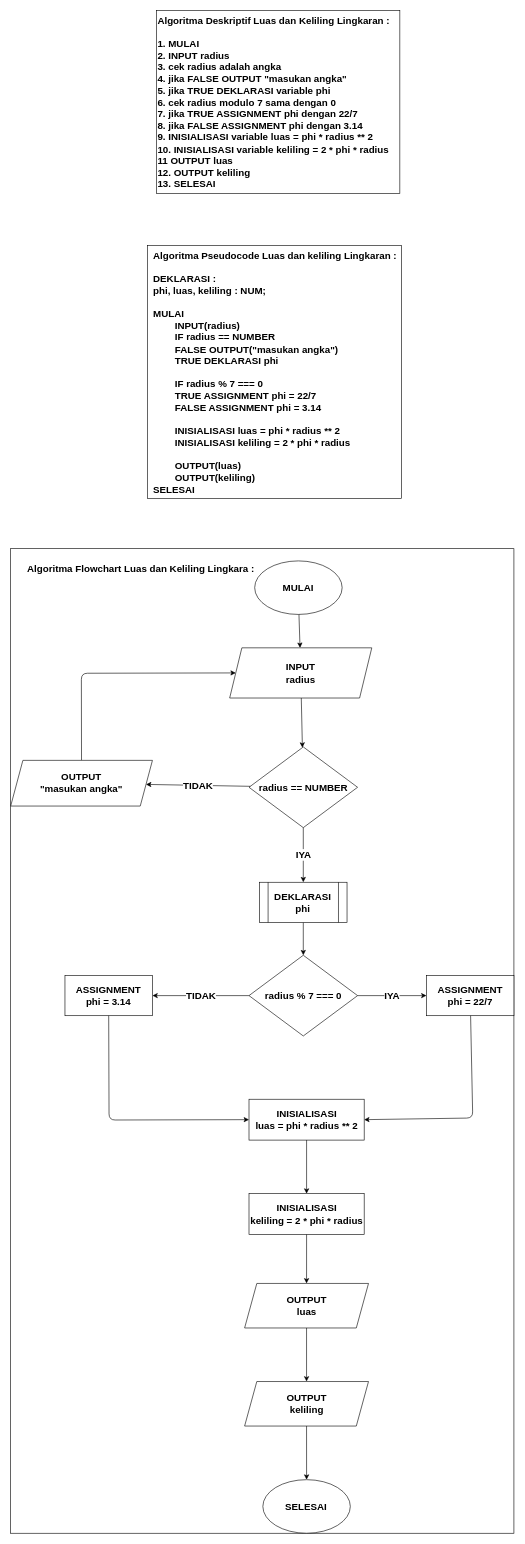
This is 3.lingkaran.drawio from xel26/fwg17-computer-science, a draw.io file, before an edit. Source tidied: cells renumbered, new cells numbered last; positions are measured from the earlier drawing's top-left corner, leaving out a move shared by most shapes. Both pictures are drawn from the tidied source at 61%, with x=0, y=0 at pixel (10, 10).
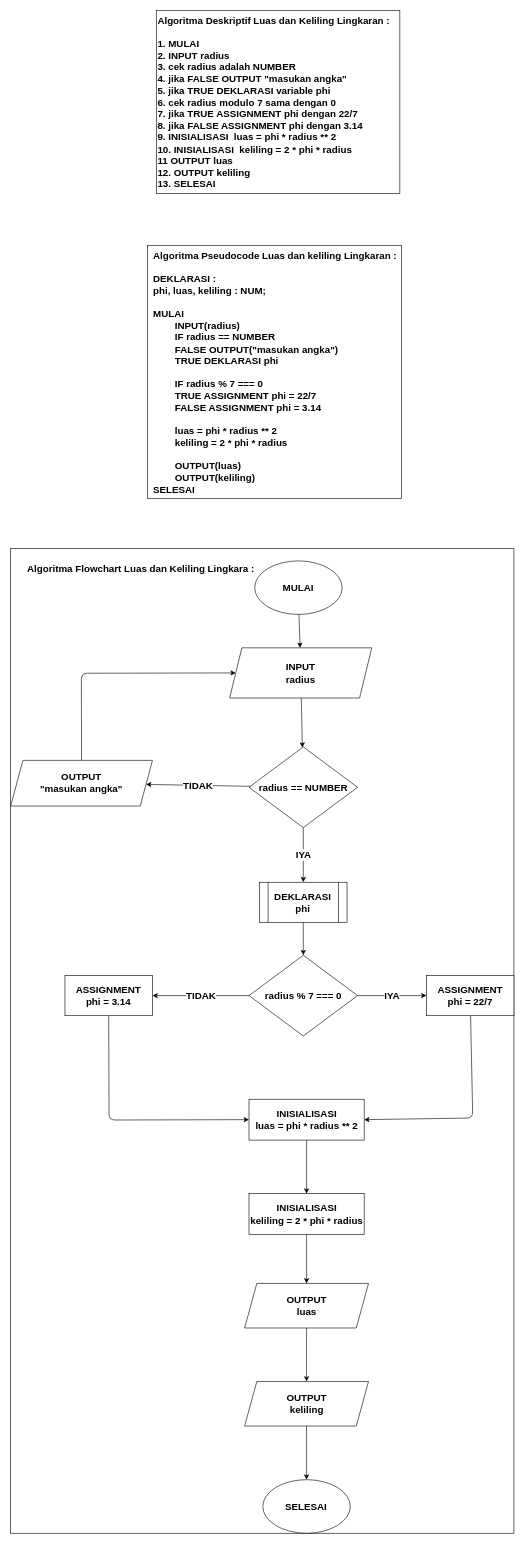
After the change.

The edit, as a diff of the source:
```diff
@@
-    <mxCell id="31" value="Algoritma Deskriptif Luas dan Keliling Lingkaran :&lt;br&gt;&lt;br&gt;1. MULAI&lt;br&gt;2. INPUT radius&lt;br&gt;3. cek radius adalah angka&lt;br&gt;4. jika FALSE OUTPUT &quot;masukan angka&quot;&lt;br&gt;5. jika TRUE DEKLARASI variable phi&lt;br&gt;6. cek radius modulo 7 sama dengan 0&lt;br&gt;7. jika TRUE ASSIGNMENT phi dengan 22/7&lt;br&gt;8. jika FALSE ASSIGNMENT phi dengan 3.14&lt;br&gt;9. INISIALISASI variable luas = phi * radius ** 2&lt;br&gt;10. INISIALISASI variable keliling = 2 * phi * radius&lt;br&gt;11 OUTPUT luas&lt;br&gt;12. OUTPUT keliling&lt;br&gt;13. SELESAI" style="text;html=1;align=left;verticalAlign=middle;strokeColor=default;fillColor=none;fontSize=16;fontStyle=1;" parent="1" vertex="1">
+    <mxCell id="31" value="Algoritma Deskriptif Luas dan Keliling Lingkaran :&lt;br&gt;&lt;br&gt;1. MULAI&lt;br&gt;2. INPUT radius&lt;br&gt;3. cek radius adalah NUMBER&lt;br&gt;4. jika FALSE OUTPUT &quot;masukan angka&quot;&lt;br&gt;5. jika TRUE DEKLARASI variable phi&lt;br&gt;6. cek radius modulo 7 sama dengan 0&lt;br&gt;7. jika TRUE ASSIGNMENT phi dengan 22/7&lt;br&gt;8. jika FALSE ASSIGNMENT phi dengan 3.14&lt;br&gt;9. INISIALISASI&amp;nbsp; luas = phi * radius ** 2&lt;br&gt;10. INISIALISASI&amp;nbsp; keliling = 2 * phi * radius&lt;br&gt;11 OUTPUT luas&lt;br&gt;12. OUTPUT keliling&lt;br&gt;13. SELESAI" style="text;html=1;align=left;verticalAlign=middle;strokeColor=default;fillColor=none;fontSize=16;fontStyle=1;" parent="1" vertex="1">
       <mxGeometry x="239" width="399" height="300" as="geometry" />
     </mxCell>
-    <mxCell id="32" value="Algoritma Pseudocode Luas dan keliling Lingkaran :&lt;br&gt;&lt;br&gt;&lt;div style=&quot;text-align: left;&quot;&gt;DEKLARASI :&lt;/div&gt;&lt;div style=&quot;text-align: left;&quot;&gt;phi, luas, keliling : NUM;&lt;/div&gt;&lt;div style=&quot;text-align: left;&quot;&gt;&lt;br&gt;&lt;/div&gt;&lt;div style=&quot;text-align: left;&quot;&gt;MULAI&lt;/div&gt;&lt;div style=&quot;text-align: left;&quot;&gt;&lt;span style=&quot;white-space: pre;&quot;&gt;&#9;&lt;/span&gt;INPUT(radius)&lt;br&gt;&lt;/div&gt;&lt;div style=&quot;text-align: left;&quot;&gt;&lt;span style=&quot;white-space: pre;&quot;&gt;&#9;&lt;/span&gt;IF radius == NUMBER&lt;br&gt;&lt;/div&gt;&lt;div style=&quot;text-align: left;&quot;&gt;&lt;span style=&quot;white-space: pre;&quot;&gt;&#9;&lt;/span&gt;FALSE OUTPUT(&quot;masukan angka&quot;)&lt;br&gt;&lt;/div&gt;&lt;div style=&quot;text-align: left;&quot;&gt;&lt;span style=&quot;white-space: pre;&quot;&gt;&#9;&lt;/span&gt;TRUE DEKLARASI phi&lt;br&gt;&lt;/div&gt;&lt;div style=&quot;text-align: left;&quot;&gt;&lt;span style=&quot;white-space: pre;&quot;&gt;&#9;&lt;/span&gt;&lt;br&gt;&lt;/div&gt;&lt;div style=&quot;text-align: left;&quot;&gt;&lt;span style=&quot;white-space: pre;&quot;&gt;&#9;&lt;/span&gt;IF radius % 7 === 0&lt;br&gt;&lt;/div&gt;&lt;div style=&quot;text-align: left;&quot;&gt;&lt;span style=&quot;white-space: pre;&quot;&gt;&#9;&lt;/span&gt;TRUE ASSIGNMENT phi = 22/7&lt;br&gt;&lt;/div&gt;&lt;div style=&quot;text-align: left;&quot;&gt;&lt;span style=&quot;white-space: pre;&quot;&gt;&#9;&lt;/span&gt;FALSE ASSIGNMENT phi = 3.14&lt;br&gt;&lt;/div&gt;&lt;div style=&quot;text-align: left;&quot;&gt;&lt;br&gt;&lt;/div&gt;&lt;div style=&quot;text-align: left;&quot;&gt;&lt;span style=&quot;white-space: pre;&quot;&gt;&#9;&lt;/span&gt;INISIALISASI luas = phi * radius ** 2&lt;br&gt;&lt;/div&gt;&lt;div style=&quot;text-align: left;&quot;&gt;&lt;span style=&quot;white-space: pre;&quot;&gt;&#9;&lt;/span&gt;INISIALISASI keliling = 2 * phi * radius&lt;br&gt;&lt;/div&gt;&lt;div style=&quot;text-align: left;&quot;&gt;&lt;br&gt;&lt;/div&gt;&lt;div style=&quot;text-align: left;&quot;&gt;&lt;span style=&quot;white-space: pre;&quot;&gt;&#9;&lt;/span&gt;OUTPUT(luas)&lt;br&gt;&lt;/div&gt;&lt;div style=&quot;text-align: left;&quot;&gt;&lt;span style=&quot;white-space: pre;&quot;&gt;&#9;&lt;/span&gt;OUTPUT(keliling)&lt;/div&gt;&lt;div style=&quot;text-align: left;&quot;&gt;SELESAI&lt;/div&gt;" style="text;html=1;align=center;verticalAlign=middle;strokeColor=default;fillColor=none;fontSize=16;fontStyle=1;" parent="1" vertex="1">
+    <mxCell id="32" value="Algoritma Pseudocode Luas dan keliling Lingkaran :&lt;br&gt;&lt;br&gt;&lt;div style=&quot;text-align: left;&quot;&gt;DEKLARASI :&lt;/div&gt;&lt;div style=&quot;text-align: left;&quot;&gt;phi, luas, keliling : NUM;&lt;/div&gt;&lt;div style=&quot;text-align: left;&quot;&gt;&lt;br&gt;&lt;/div&gt;&lt;div style=&quot;text-align: left;&quot;&gt;MULAI&lt;/div&gt;&lt;div style=&quot;text-align: left;&quot;&gt;&lt;span style=&quot;white-space: pre;&quot;&gt;&#9;&lt;/span&gt;INPUT(radius)&lt;br&gt;&lt;/div&gt;&lt;div style=&quot;text-align: left;&quot;&gt;&lt;span style=&quot;white-space: pre;&quot;&gt;&#9;&lt;/span&gt;IF radius == NUMBER&lt;br&gt;&lt;/div&gt;&lt;div style=&quot;text-align: left;&quot;&gt;&lt;span style=&quot;white-space: pre;&quot;&gt;&#9;&lt;/span&gt;FALSE OUTPUT(&quot;masukan angka&quot;)&lt;br&gt;&lt;/div&gt;&lt;div style=&quot;text-align: left;&quot;&gt;&lt;span style=&quot;white-space: pre;&quot;&gt;&#9;&lt;/span&gt;TRUE DEKLARASI phi&lt;br&gt;&lt;/div&gt;&lt;div style=&quot;text-align: left;&quot;&gt;&lt;span style=&quot;white-space: pre;&quot;&gt;&#9;&lt;/span&gt;&lt;br&gt;&lt;/div&gt;&lt;div style=&quot;text-align: left;&quot;&gt;&lt;span style=&quot;white-space: pre;&quot;&gt;&#9;&lt;/span&gt;IF radius % 7 === 0&lt;br&gt;&lt;/div&gt;&lt;div style=&quot;text-align: left;&quot;&gt;&lt;span style=&quot;white-space: pre;&quot;&gt;&#9;&lt;/span&gt;TRUE ASSIGNMENT phi = 22/7&lt;br&gt;&lt;/div&gt;&lt;div style=&quot;text-align: left;&quot;&gt;&lt;span style=&quot;white-space: pre;&quot;&gt;&#9;&lt;/span&gt;FALSE ASSIGNMENT phi = 3.14&lt;br&gt;&lt;/div&gt;&lt;div style=&quot;text-align: left;&quot;&gt;&lt;br&gt;&lt;/div&gt;&lt;div style=&quot;text-align: left;&quot;&gt;&lt;span style=&quot;white-space: pre;&quot;&gt;&#9;&lt;/span&gt;luas = phi * radius ** 2&lt;br&gt;&lt;/div&gt;&lt;div style=&quot;text-align: left;&quot;&gt;&lt;span style=&quot;white-space: pre;&quot;&gt;&#9;&lt;/span&gt;keliling = 2 * phi * radius&lt;br&gt;&lt;/div&gt;&lt;div style=&quot;text-align: left;&quot;&gt;&lt;br&gt;&lt;/div&gt;&lt;div style=&quot;text-align: left;&quot;&gt;&lt;span style=&quot;white-space: pre;&quot;&gt;&#9;&lt;/span&gt;OUTPUT(luas)&lt;br&gt;&lt;/div&gt;&lt;div style=&quot;text-align: left;&quot;&gt;&lt;span style=&quot;white-space: pre;&quot;&gt;&#9;&lt;/span&gt;OUTPUT(keliling)&lt;/div&gt;&lt;div style=&quot;text-align: left;&quot;&gt;SELESAI&lt;/div&gt;" style="text;html=1;align=center;verticalAlign=middle;strokeColor=default;fillColor=none;fontSize=16;fontStyle=1;" parent="1" vertex="1">
       <mxGeometry x="224" y="385" width="417" height="415" as="geometry" />
     </mxCell>
```
